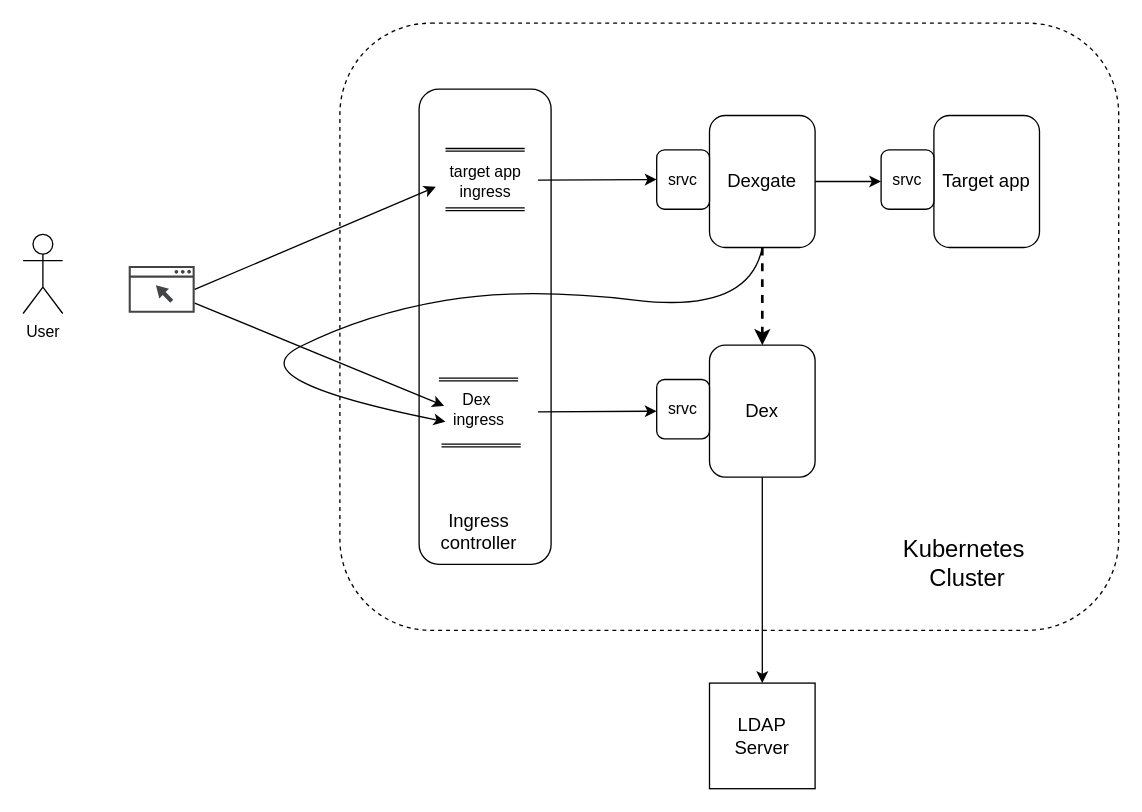
This is page "Overview2" (3 of 3) of docs/dexgate.drawio from OpenDataPlatform/dexgate, a draw.io file, before an edit. Source tidied: cells renumbered, new cells numbered last; positions are measured from the earlier drawing's top-left corner, leaving out a move shared by most shapes. Both pictures are drawn from the tidied source at 132%, with x=0, y=0 at pixel (22, 22).
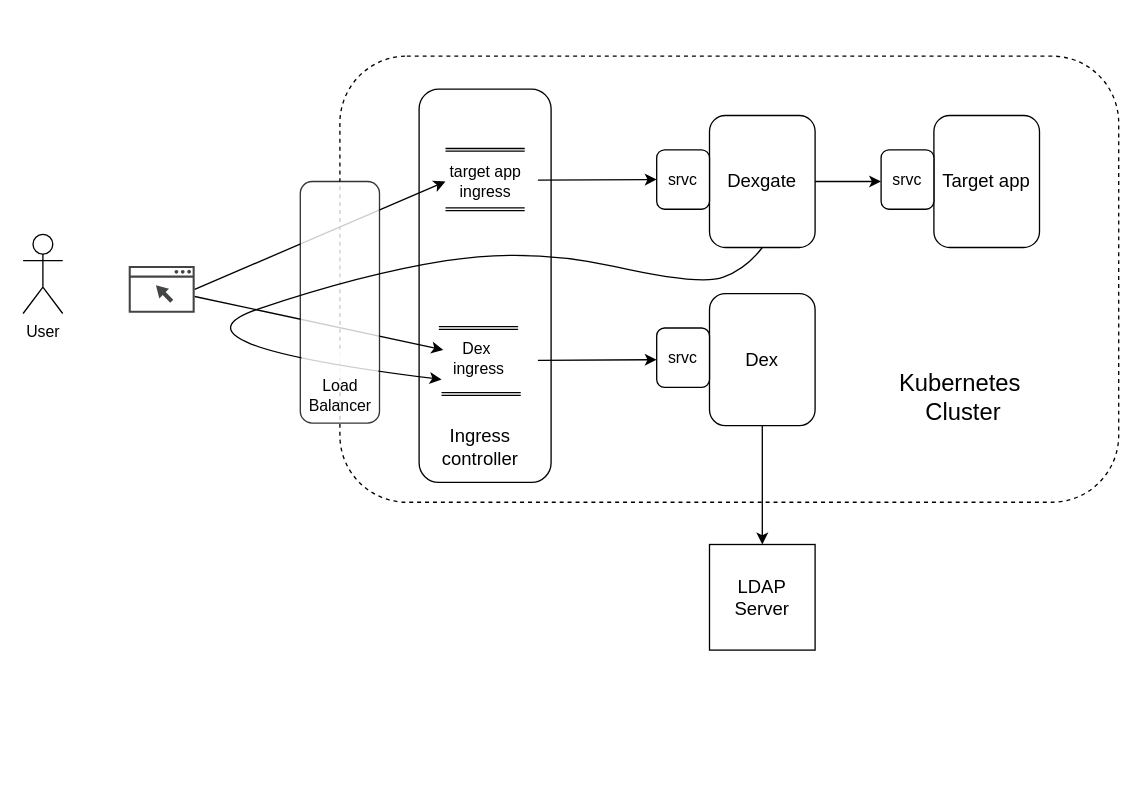
Above is the later version.

Unchanged cells that the change refers to:
```xml
<mxCell id="3" style="shadow=0;dashed=0;html=1;strokeColor=none;fillColor=#434445;labelPosition=center;verticalLabelPosition=bottom;verticalAlign=top;align=center;outlineConnect=0;shape=mxgraph.vvd.web_browser;" parent="1" vertex="1">
  <mxGeometry x="80" y="184" width="50" height="35.5" as="geometry" />
</mxCell>
<mxCell id="7" value="&lt;font style=&quot;font-size: 14px&quot;&gt;Dexgate&lt;/font&gt;" style="rounded=1;whiteSpace=wrap;html=1;" parent="1" vertex="1">
  <mxGeometry x="520" y="70" width="80" height="100" as="geometry" />
</mxCell>
<mxCell id="13" value="target app&lt;br&gt;ingress" style="text;html=1;align=center;verticalAlign=middle;points=[];fillColor=none;strokeColor=none;rounded=0;" parent="1" vertex="1">
  <mxGeometry x="315" y="105" width="70" height="30" as="geometry" />
</mxCell>
```

Change to the diagram source:
```diff
@@
     <mxCell id="2" style="rounded=1;whiteSpace=wrap;html=1;fontSize=14;dashed=1;" parent="1" vertex="1">
-      <mxGeometry x="240" width="590" height="460" as="geometry" />
+      <mxGeometry x="240" y="25" width="590" height="338" as="geometry" />
     </mxCell>
@@
     <mxCell id="9" value="&lt;font style=&quot;font-size: 14px&quot;&gt;Dex&lt;/font&gt;" style="rounded=1;whiteSpace=wrap;html=1;" parent="1" vertex="1">
-      <mxGeometry x="520" y="244" width="80" height="100" as="geometry" />
+      <mxGeometry x="520" y="205" width="80" height="100" as="geometry" />
     </mxCell>
     <mxCell id="10" value="srvc" style="rounded=1;whiteSpace=wrap;html=1;" parent="1" vertex="1">
-      <mxGeometry x="480" y="270" width="40" height="45" as="geometry" />
+      <mxGeometry x="480" y="231" width="40" height="45" as="geometry" />
     </mxCell>
     <mxCell id="11" style="rounded=1;whiteSpace=wrap;html=1;labelPosition=center;verticalLabelPosition=middle;align=center;verticalAlign=middle;" parent="1" vertex="1">
-      <mxGeometry x="300" y="50" width="100" height="360" as="geometry" />
+      <mxGeometry x="300" y="50" width="100" height="298" as="geometry" />
     </mxCell>
     <mxCell id="12" value="&lt;font style=&quot;font-size: 14px&quot;&gt;Ingress &lt;br&gt;controller&lt;/font&gt;" style="text;html=1;align=center;verticalAlign=middle;fillColor=none;strokeColor=none;rounded=0;" parent="1" vertex="1">
-      <mxGeometry x="310" y="365" width="70" height="40" as="geometry" />
+      <mxGeometry x="311" y="301" width="70" height="40" as="geometry" />
     </mxCell>
@@
     <mxCell id="14" value="Dex&amp;nbsp;&lt;br&gt;ingress" style="text;html=1;align=center;verticalAlign=middle;points=[];fillColor=none;strokeColor=none;rounded=0;" parent="1" vertex="1">
-      <mxGeometry x="320" y="277.5" width="50" height="30" as="geometry" />
+      <mxGeometry x="320" y="238.5" width="50" height="30" as="geometry" />
     </mxCell>
@@
     <mxCell id="17" style="endArrow=none;html=1;rounded=0;shape=link;width=2;" parent="1" edge="1">
       <mxGeometry relative="1" as="geometry">
-        <mxPoint x="315" y="270" as="sourcePoint" />
-        <mxPoint x="375" y="270" as="targetPoint" />
+        <mxPoint x="315" y="231" as="sourcePoint" />
+        <mxPoint x="375" y="231" as="targetPoint" />
       </mxGeometry>
     </mxCell>
     <mxCell id="18" style="endArrow=none;html=1;rounded=0;shape=link;width=2;" parent="1" edge="1">
       <mxGeometry relative="1" as="geometry">
-        <mxPoint x="317" y="320" as="sourcePoint" />
-        <mxPoint x="377" y="320" as="targetPoint" />
+        <mxPoint x="317" y="281" as="sourcePoint" />
+        <mxPoint x="377" y="281" as="targetPoint" />
       </mxGeometry>
     </mxCell>
@@
     <mxCell id="20" style="endArrow=classic;startArrow=none;html=1;rounded=0;fontSize=14;strokeWidth=1;startFill=0;entryX=0;entryY=0.5;entryDx=0;entryDy=0;" parent="1" edge="1">
       <mxGeometry relative="1" as="geometry">
-        <mxPoint x="390" y="294.5" as="sourcePoint" />
-        <mxPoint x="480" y="294" as="targetPoint" />
+        <mxPoint x="390" y="255.5" as="sourcePoint" />
+        <mxPoint x="480" y="255" as="targetPoint" />
       </mxGeometry>
     </mxCell>
@@
-    <mxCell id="22" style="endArrow=classic;startArrow=none;html=1;rounded=0;fontSize=14;strokeWidth=1;startFill=0;entryX=-0.033;entryY=0.633;entryDx=0;entryDy=0;entryPerimeter=0;" parent="1" edge="1" target="13">
+    <mxCell id="22" style="endArrow=classic;startArrow=none;html=1;rounded=0;fontSize=14;strokeWidth=1;startFill=0;" parent="1" edge="1">
       <mxGeometry relative="1" as="geometry">
         <mxPoint x="130" y="201.8" as="sourcePoint" />
+        <mxPoint x="320" y="120" as="targetPoint" />
       </mxGeometry>
     </mxCell>
-    <mxCell id="23" style="endArrow=classic;startArrow=none;html=1;rounded=0;fontSize=14;strokeWidth=1;startFill=0;entryX=-0.02;entryY=0.417;entryDx=0;entryDy=0;entryPerimeter=0;" parent="1" edge="1" source="3" target="14">
+    <mxCell id="23" style="endArrow=classic;startArrow=none;html=1;rounded=0;fontSize=14;strokeWidth=1;startFill=0;entryX=-0.033;entryY=0.305;entryDx=0;entryDy=0;entryPerimeter=0;" parent="1" edge="1" source="3" target="14">
       <mxGeometry relative="1" as="geometry" />
     </mxCell>
-    <mxCell id="24" style="endArrow=classic;startArrow=none;html=1;rounded=0;fontSize=14;strokeWidth=2;startFill=0;entryX=0.5;entryY=0;entryDx=0;entryDy=0;exitX=0.5;exitY=1;exitDx=0;exitDy=0;dashed=1;" parent="1" edge="1" source="7" target="9">
-      <mxGeometry relative="1" as="geometry" />
-    </mxCell>
-    <mxCell id="25" style="curved=1;endArrow=none;html=1;rounded=0;fontSize=14;strokeWidth=1;startArrow=classic;startFill=1;endFill=0;entryX=0.5;entryY=1;entryDx=0;entryDy=0;exitX=0;exitY=0.817;exitDx=0;exitDy=0;exitPerimeter=0;" parent="1" edge="1" source="14" target="7">
-      <mxGeometry relative="1" as="geometry">
-        <Array as="points">
-          <mxPoint x="160" y="270" />
-          <mxPoint x="260" y="220" />
-          <mxPoint x="380" y="200" />
-          <mxPoint x="550" y="220" />
-        </Array>
-      </mxGeometry>
-    </mxCell>
     <mxCell id="26" value="LDAP Server" style="whiteSpace=wrap;html=1;fontSize=14;" parent="1" vertex="1">
-      <mxGeometry x="520" y="500" width="80" height="80" as="geometry" />
+      <mxGeometry x="520" y="395" width="80" height="80" as="geometry" />
     </mxCell>
@@
     <mxCell id="28" value="Kubernetes&amp;nbsp;&lt;br style=&quot;font-size: 18px;&quot;&gt;Cluster" style="text;html=1;align=center;verticalAlign=middle;fillColor=none;strokeColor=none;rounded=0;dashed=1;fontSize=18;" parent="1" vertex="1">
-      <mxGeometry x="660" y="385" width="110" height="50" as="geometry" />
+      <mxGeometry x="657" y="259" width="110" height="50" as="geometry" />
     </mxCell>
+    <mxCell id="29" style="rounded=1;whiteSpace=wrap;html=1;labelPosition=center;verticalLabelPosition=top;align=center;verticalAlign=bottom;opacity=80;" parent="1" vertex="1">
+      <mxGeometry x="210" y="120" width="60" height="183" as="geometry" />
+    </mxCell>
+    <mxCell id="30" value="Load&lt;br&gt;Balancer" style="text;html=1;align=center;verticalAlign=middle;fillColor=none;strokeColor=none;rounded=0;" parent="1" vertex="1">
+      <mxGeometry x="210" y="267" width="60" height="30" as="geometry" />
+    </mxCell>
+    <mxCell id="25" style="curved=1;endArrow=none;html=1;rounded=0;fontSize=14;strokeWidth=1;startArrow=classic;startFill=1;endFill=0;entryX=0.5;entryY=1;entryDx=0;entryDy=0;" parent="1" edge="1" target="7">
+      <mxGeometry relative="1" as="geometry">
+        <mxPoint x="317" y="270" as="sourcePoint" />
+        <Array as="points">
+          <mxPoint x="100" y="243" />
+          <mxPoint x="257" y="190" />
+          <mxPoint x="384" y="170" />
+          <mxPoint x="513" y="199" />
+          <mxPoint x="548" y="186" />
+        </Array>
+      </mxGeometry>
+    </mxCell>
+    <mxCell id="31" style="rounded=0;whiteSpace=wrap;html=1;opacity=80;strokeWidth=0;dashed=1;dashPattern=1 4;strokeColor=#FFFFFF;" parent="1" vertex="1">
+      <mxGeometry x="211" y="249" width="58" height="20" as="geometry" />
+    </mxCell>
```
